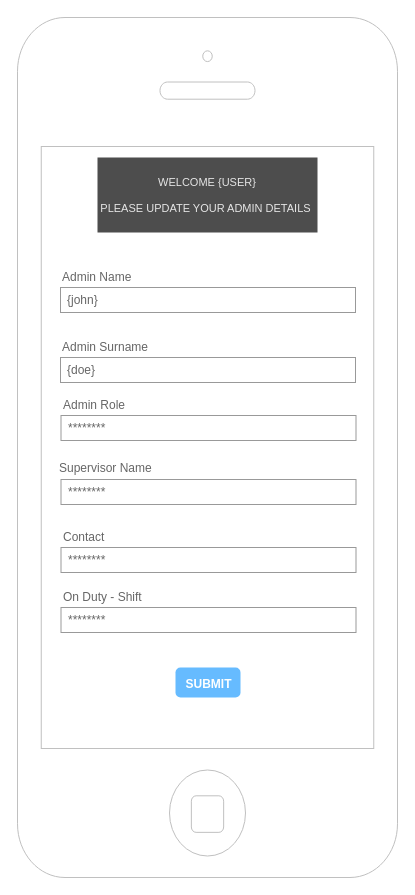
neilbenjamin/SkaterPatchTime keeps this draw.io diagram as page "UPDATE ADMIN DETAILS MOBILE" (10 of 23) of SkaterPatchTimeApp.drawio. Above is the earlier version. Source tidied: cells renumbered, new cells numbered last; positions are measured from the earlier drawing's top-left corner, leaving out a move shared by most shapes. Both pictures are drawn from the tidied source at 100%, with x=0, y=0 at pixel (17, 17).
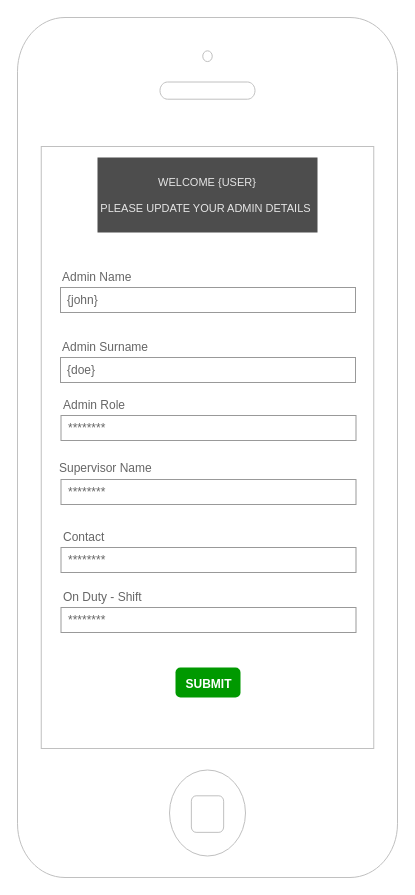
After the change.

Change to the diagram source:
```diff
@@
 <mxGraphModel>
   <root>
     <mxCell id="0" />
     <mxCell id="1" parent="0" />
     <mxCell id="2" style="html=1;verticalLabelPosition=bottom;labelBackgroundColor=#ffffff;verticalAlign=top;shadow=0;dashed=0;strokeWidth=1;shape=mxgraph.ios7.misc.iphone;strokeColor=#c0c0c0;fillColor=#FFFFFF;" parent="1" vertex="1">
       <mxGeometry width="380" height="860" as="geometry" />
     </mxCell>
     <mxCell id="3" value="&lt;font style=&quot;font-size: 11px;&quot;&gt;WELCOME {USER}&lt;br style=&quot;font-size: 11px;&quot;&gt;&lt;br style=&quot;font-size: 11px;&quot;&gt;PLEASE UPDATE YOUR ADMIN DETAILS&amp;nbsp;&lt;/font&gt;" style="whiteSpace=wrap;html=1;strokeColor=none;fontColor=#E6E6E6;fillColor=#4D4D4D;fontSize=11;" parent="1" vertex="1">
       <mxGeometry x="80" y="140" width="220" height="75" as="geometry" />
     </mxCell>
-    <mxCell id="4" value="&lt;font style=&quot;font-size: 12px;&quot;&gt;SUBMIT&lt;/font&gt;" style="strokeWidth=1;shadow=0;dashed=0;align=center;html=1;shape=mxgraph.mockup.forms.rrect;rSize=5;strokeColor=none;fontColor=#ffffff;fillColor=#66bbff;fontSize=16;fontStyle=1;" parent="1" vertex="1">
+    <mxCell id="4" value="&lt;font style=&quot;font-size: 12px;&quot;&gt;SUBMIT&lt;/font&gt;" style="strokeWidth=1;shadow=0;dashed=0;align=center;html=1;shape=mxgraph.mockup.forms.rrect;rSize=5;strokeColor=none;fontColor=#ffffff;fillColor=#009900;fontSize=16;fontStyle=1;" parent="1" vertex="1">
       <mxGeometry x="158" y="650" width="65" height="30" as="geometry" />
     </mxCell>
     <mxCell id="5" value="Admin Name" style="strokeWidth=1;shadow=0;dashed=0;align=center;html=1;shape=mxgraph.mockup.forms.anchor;fontSize=12;fontColor=#666666;align=left;spacingLeft=0;" parent="1" vertex="1">
       <mxGeometry x="43" y="250" width="295" height="20" as="geometry" />
     </mxCell>
     <mxCell id="6" value="{john}" style="strokeWidth=1;shadow=0;dashed=0;align=center;html=1;shape=mxgraph.mockup.forms.rrect;rSize=0;strokeColor=#999999;fontColor=#666666;align=left;spacingLeft=5;" parent="1" vertex="1">
       <mxGeometry x="43" y="270" width="295" height="25" as="geometry" />
     </mxCell>
     <mxCell id="7" value="Admin Surname" style="strokeWidth=1;shadow=0;dashed=0;align=center;html=1;shape=mxgraph.mockup.forms.anchor;fontSize=12;fontColor=#666666;align=left;spacingLeft=0;" parent="1" vertex="1">
       <mxGeometry x="43" y="320" width="295" height="20" as="geometry" />
     </mxCell>
     <mxCell id="8" value="{doe}&amp;nbsp;" style="strokeWidth=1;shadow=0;dashed=0;align=center;html=1;shape=mxgraph.mockup.forms.rrect;rSize=0;strokeColor=#999999;fontColor=#666666;align=left;spacingLeft=5;" parent="1" vertex="1">
       <mxGeometry x="43" y="340" width="295" height="25" as="geometry" />
     </mxCell>
     <mxCell id="9" value="Supervisor Name" style="strokeWidth=1;shadow=0;dashed=0;align=center;html=1;shape=mxgraph.mockup.forms.anchor;fontSize=12;fontColor=#666666;align=left;spacingLeft=0;" parent="1" vertex="1">
       <mxGeometry x="40" y="440" width="298.5" height="22" as="geometry" />
     </mxCell>
     <mxCell id="10" value="********" style="strokeWidth=1;shadow=0;dashed=0;align=center;html=1;shape=mxgraph.mockup.forms.rrect;rSize=0;strokeColor=#999999;fontColor=#666666;align=left;spacingLeft=5;" parent="1" vertex="1">
       <mxGeometry x="43.5" y="462" width="295" height="25" as="geometry" />
     </mxCell>
     <mxCell id="11" value="Contact&amp;nbsp;" style="strokeWidth=1;shadow=0;dashed=0;align=center;html=1;shape=mxgraph.mockup.forms.anchor;fontSize=12;fontColor=#666666;align=left;spacingLeft=0;" parent="1" vertex="1">
       <mxGeometry x="43.5" y="510" width="295" height="20" as="geometry" />
     </mxCell>
     <mxCell id="12" value="********" style="strokeWidth=1;shadow=0;dashed=0;align=center;html=1;shape=mxgraph.mockup.forms.rrect;rSize=0;strokeColor=#999999;fontColor=#666666;align=left;spacingLeft=5;" parent="1" vertex="1">
       <mxGeometry x="43.5" y="530" width="295" height="25" as="geometry" />
     </mxCell>
     <mxCell id="13" value="On Duty - Shift" style="strokeWidth=1;shadow=0;dashed=0;align=center;html=1;shape=mxgraph.mockup.forms.anchor;fontSize=12;fontColor=#666666;align=left;spacingLeft=0;" parent="1" vertex="1">
       <mxGeometry x="43.5" y="570" width="295" height="20" as="geometry" />
     </mxCell>
     <mxCell id="14" value="********" style="strokeWidth=1;shadow=0;dashed=0;align=center;html=1;shape=mxgraph.mockup.forms.rrect;rSize=0;strokeColor=#999999;fontColor=#666666;align=left;spacingLeft=5;" parent="1" vertex="1">
       <mxGeometry x="43.5" y="590" width="295" height="25" as="geometry" />
     </mxCell>
     <mxCell id="15" value="Admin Role" style="strokeWidth=1;shadow=0;dashed=0;align=center;html=1;shape=mxgraph.mockup.forms.anchor;fontSize=12;fontColor=#666666;align=left;spacingLeft=0;" parent="1" vertex="1">
       <mxGeometry x="43.5" y="378" width="295" height="20" as="geometry" />
     </mxCell>
     <mxCell id="16" value="********" style="strokeWidth=1;shadow=0;dashed=0;align=center;html=1;shape=mxgraph.mockup.forms.rrect;rSize=0;strokeColor=#999999;fontColor=#666666;align=left;spacingLeft=5;" parent="1" vertex="1">
       <mxGeometry x="43.5" y="398" width="295" height="25" as="geometry" />
     </mxCell>
   </root>
 </mxGraphModel>
```
